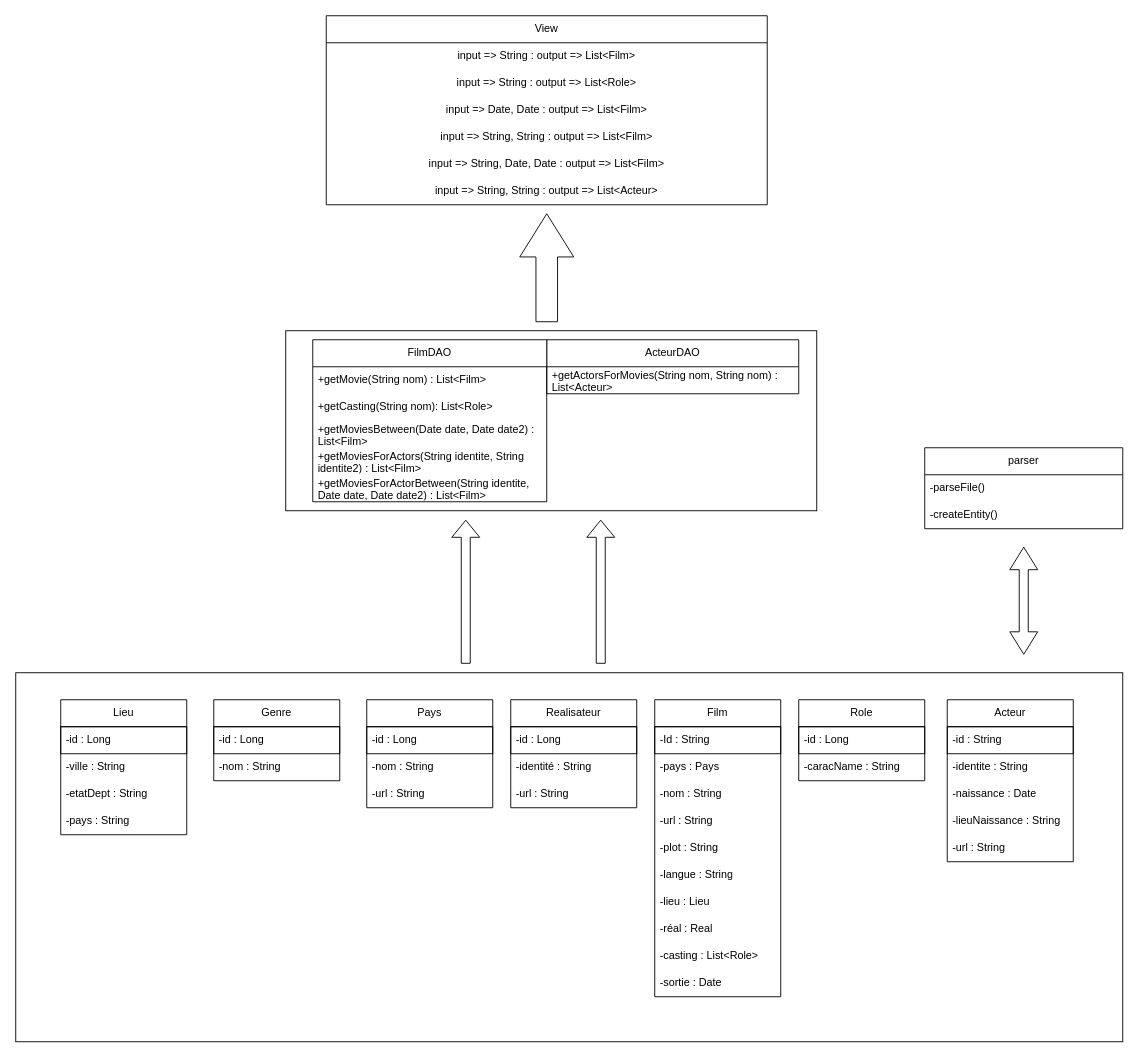
Earlier version of the draw.io diagram conception/diagClassCouche.drawio (SleepFast/dbfilm). Source tidied: cells renumbered, new cells numbered last; positions are measured from the earlier drawing's top-left corner, leaving out a move shared by most shapes. Both pictures are drawn from the tidied source at 90%, with x=0, y=0 at pixel (15, 15).
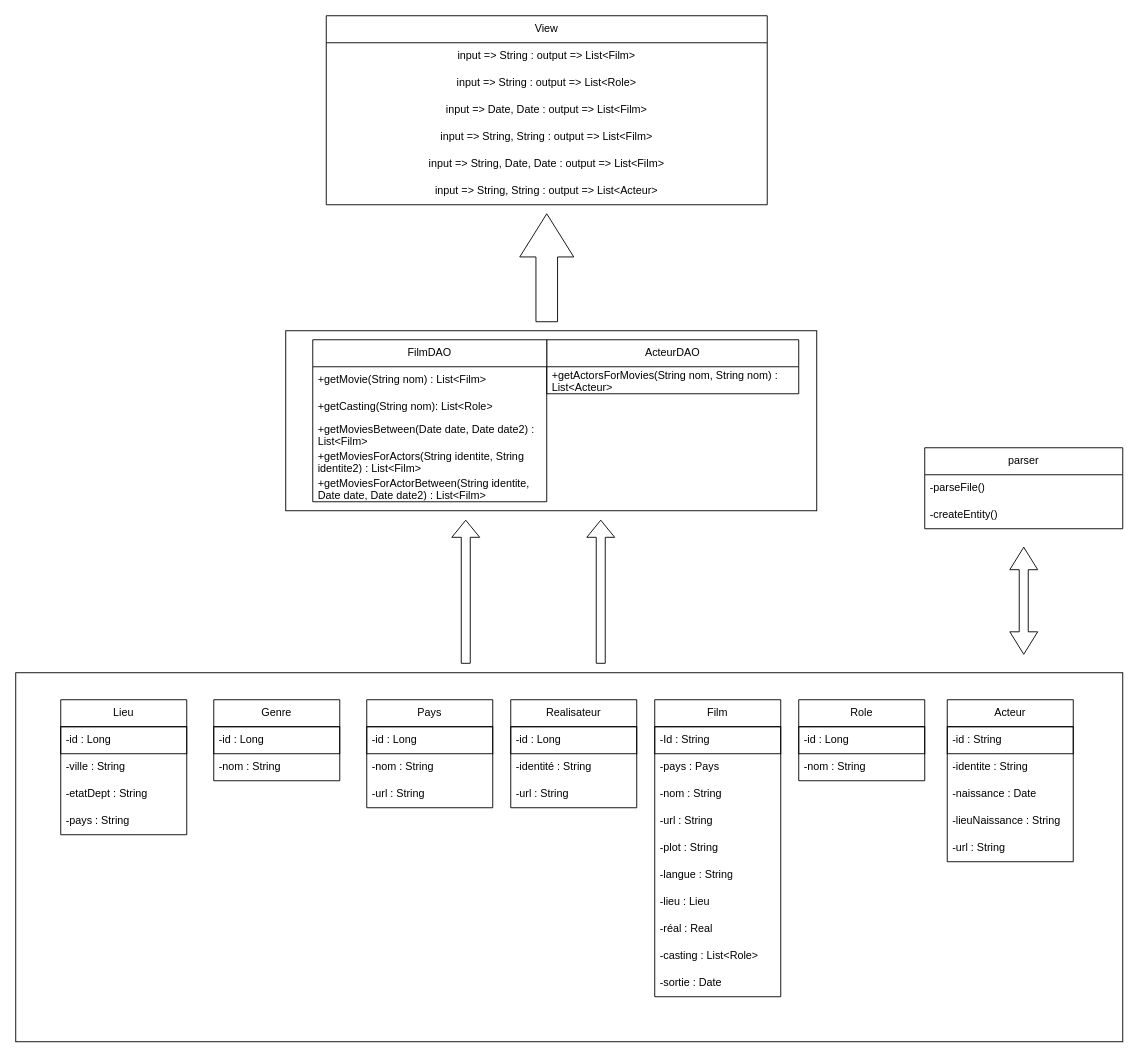
The same page after the edit.

Unchanged cells that the change refers to:
```xml
<mxCell id="24" value="Role" style="swimlane;fontStyle=0;horizontal=1;startSize=30;whiteSpace=wrap;html=1;strokeColor=default;" parent="1" vertex="1">
  <mxGeometry x="870" y="760" width="140" height="90" as="geometry" />
</mxCell>
```

The edit, as a diff of the source:
```diff
@@
-    <mxCell id="26" value="-caracName : String" style="text;strokeColor=none;fillColor=none;align=left;verticalAlign=middle;spacingLeft=4;spacingRight=4;overflow=hidden;whiteSpace=wrap;html=1;" parent="24" vertex="1">
+    <mxCell id="26" value="-nom : String" style="text;strokeColor=none;fillColor=none;align=left;verticalAlign=middle;spacingLeft=4;spacingRight=4;overflow=hidden;whiteSpace=wrap;html=1;" parent="24" vertex="1">
       <mxGeometry y="60" width="140" height="30" as="geometry" />
     </mxCell>
```
